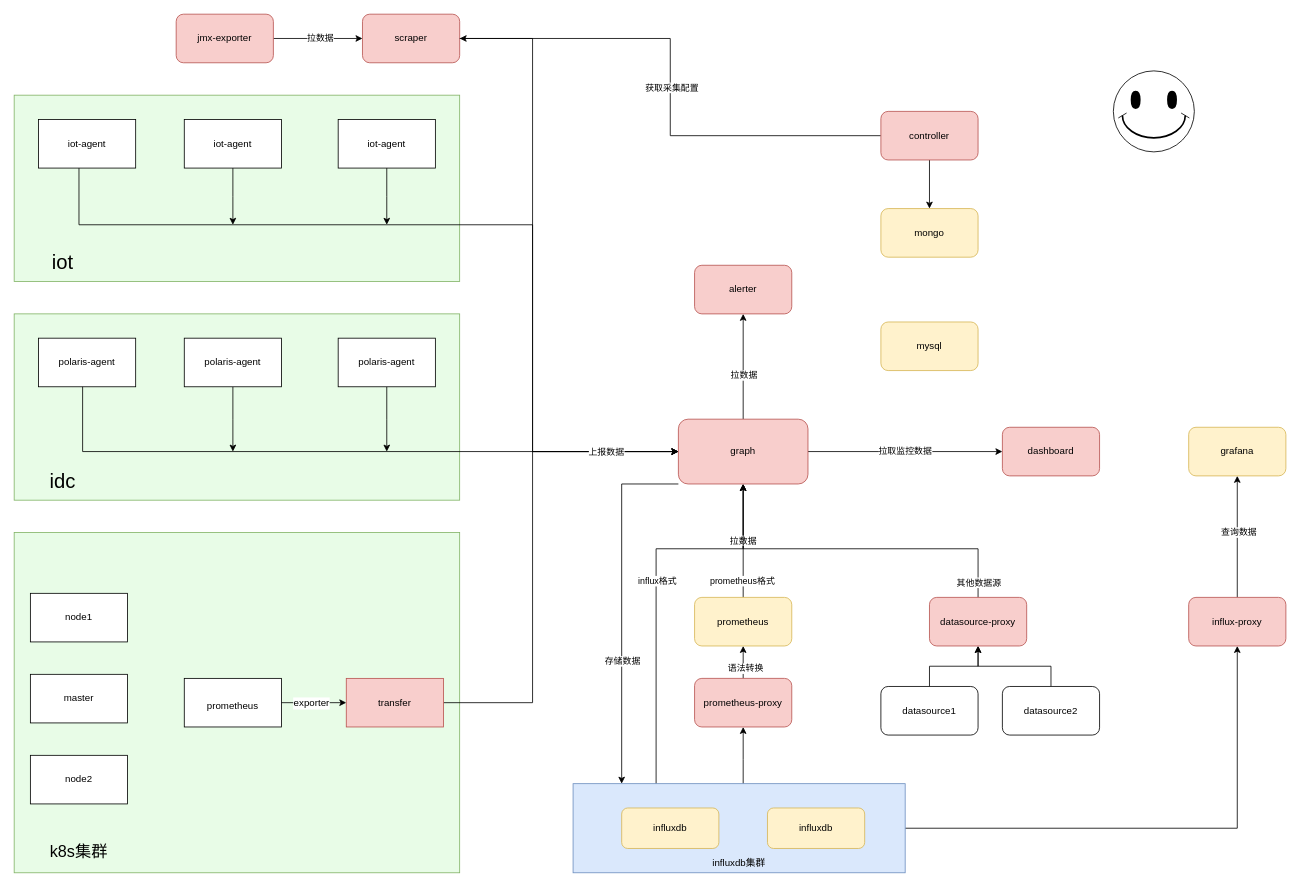
Earlier version of the draw.io diagram polaris框架.drawio (wupei-w/diagrams). Source tidied: cells renumbered, new cells numbered last; positions are measured from the earlier drawing's top-left corner, leaving out a move shared by most shapes. Both pictures are drawn from the tidied source at 81%, with x=0, y=0 at pixel (14, 14).
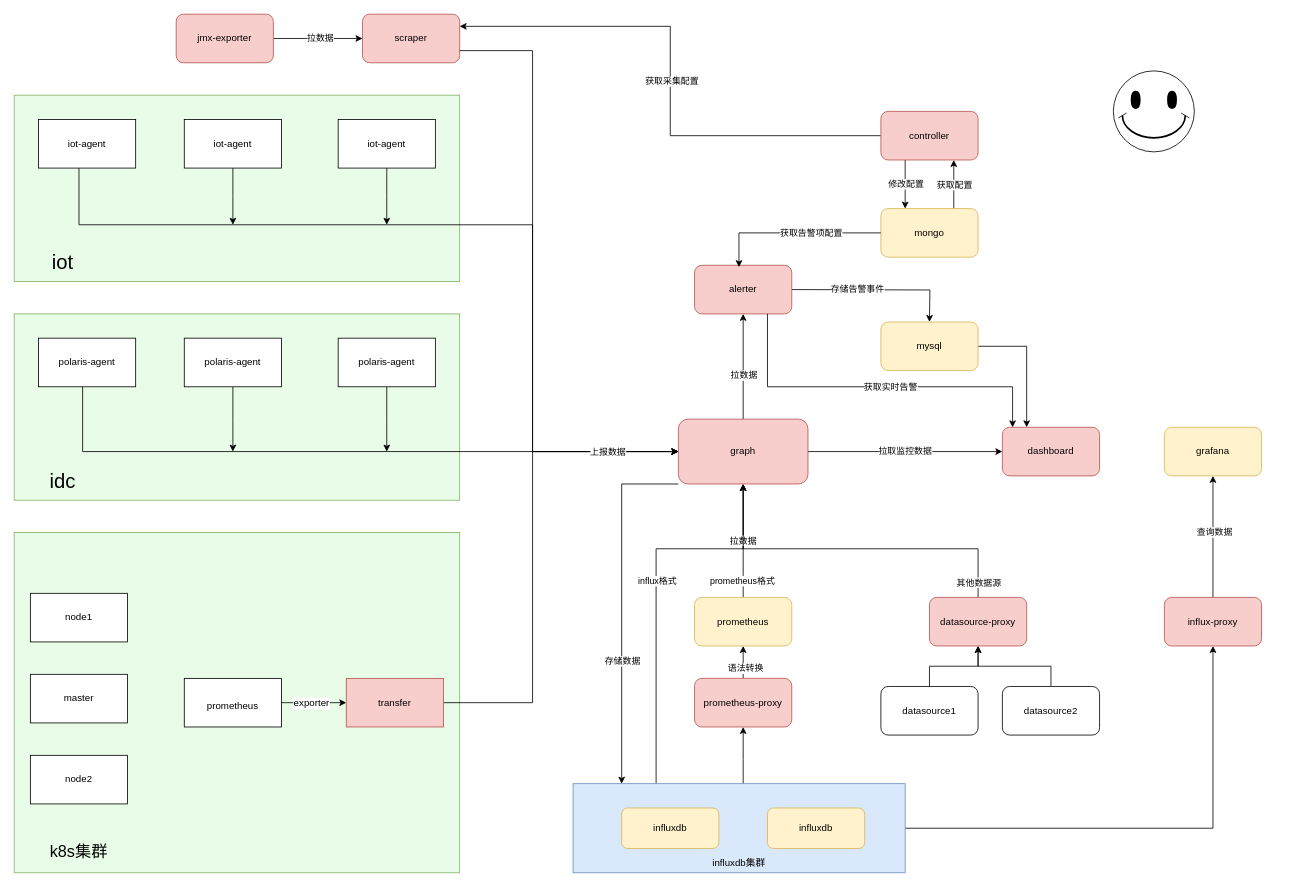
Above is the later version.

Unchanged cells that the change refers to:
```xml
<mxCell id="7" value="dashboard" style="rounded=1;whiteSpace=wrap;html=1;fillColor=#f8cecc;strokeColor=#b85450;" parent="1" vertex="1">
  <mxGeometry x="1220" y="510" width="120" height="60" as="geometry" />
</mxCell>
<mxCell id="15" value="alerter" style="rounded=1;whiteSpace=wrap;html=1;fillColor=#f8cecc;strokeColor=#b85450;" parent="1" vertex="1">
  <mxGeometry x="840" y="310" width="120" height="60" as="geometry" />
</mxCell>
<mxCell id="36" value="scraper" style="rounded=1;whiteSpace=wrap;html=1;fillColor=#f8cecc;strokeColor=#b85450;" parent="1" vertex="1">
  <mxGeometry x="430" width="120" height="60" as="geometry" />
</mxCell>
<mxCell id="50" value="mysql" style="rounded=1;whiteSpace=wrap;html=1;fillColor=#fff2cc;strokeColor=#d6b656;" parent="1" vertex="1">
  <mxGeometry x="1070" y="380" width="120" height="60" as="geometry" />
</mxCell>
<mxCell id="51" value="mongo" style="rounded=1;whiteSpace=wrap;html=1;fillColor=#fff2cc;strokeColor=#d6b656;" parent="1" vertex="1">
  <mxGeometry x="1070" y="240" width="120" height="60" as="geometry" />
</mxCell>
<mxCell id="74" value="controller" style="rounded=1;whiteSpace=wrap;html=1;fillColor=#f8cecc;strokeColor=#b85450;" parent="1" vertex="1">
  <mxGeometry x="1070" y="120" width="120" height="60" as="geometry" />
</mxCell>
```

Diff of the diagram source:
```diff
@@
+    <mxCell id="75" style="edgeStyle=orthogonalEdgeStyle;rounded=0;orthogonalLoop=1;jettySize=auto;html=1;entryX=0.25;entryY=0;entryDx=0;entryDy=0;" parent="1" edge="1">
+      <mxGeometry relative="1" as="geometry">
+        <mxPoint x="960" y="340" as="sourcePoint" />
+        <mxPoint x="1130" y="380" as="targetPoint" />
+      </mxGeometry>
+    </mxCell>
+    <mxCell id="76" value="存储告警事件" style="edgeLabel;html=1;align=center;verticalAlign=middle;" parent="75" vertex="1">
+      <mxGeometry x="-0.24" y="1" relative="1" as="geometry" />
+    </mxCell>
@@
     <mxCell id="34" value="influx-proxy" style="rounded=1;whiteSpace=wrap;html=1;fillColor=#f8cecc;strokeColor=#b85450;" parent="1" vertex="1">
-      <mxGeometry x="1450" y="720" width="120" height="60" as="geometry" />
+      <mxGeometry x="1420" y="720" width="120" height="60" as="geometry" />
     </mxCell>
     <mxCell id="35" value="grafana" style="rounded=1;whiteSpace=wrap;html=1;fillColor=#fff2cc;strokeColor=#d6b656;" parent="1" vertex="1">
-      <mxGeometry x="1450" y="510" width="120" height="60" as="geometry" />
+      <mxGeometry x="1420" y="510" width="120" height="60" as="geometry" />
     </mxCell>
@@
+    <mxCell id="77" style="edgeStyle=orthogonalEdgeStyle;rounded=0;jettySize=auto;html=1;entryX=0.25;entryY=0;entryDx=0;entryDy=0;" parent="1" edge="1" source="50" target="7">
+      <mxGeometry relative="1" as="geometry" />
+    </mxCell>
@@
+    <mxCell id="78" style="edgeStyle=orthogonalEdgeStyle;rounded=0;jettySize=auto;html=1;" parent="1" edge="1" source="51" target="74">
+      <mxGeometry relative="1" as="geometry">
+        <Array as="points">
+          <mxPoint x="1160" y="200" />
+          <mxPoint x="1160" y="200" />
+        </Array>
+      </mxGeometry>
+    </mxCell>
+    <mxCell id="79" value="获取配置" style="edgeLabel;html=1;align=center;verticalAlign=middle;" parent="78" vertex="1">
+      <mxGeometry relative="1" as="geometry" />
+    </mxCell>
@@
-    <mxCell id="69" style="edgeStyle=orthogonalEdgeStyle;rounded=0;jettySize=auto;html=1;" parent="1" edge="1" source="36">
+    <mxCell id="69" style="edgeStyle=orthogonalEdgeStyle;rounded=0;jettySize=auto;html=1;exitX=1;exitY=0.75;exitDx=0;exitDy=0;" parent="1" edge="1" source="36">
       <mxGeometry relative="1" as="geometry">
         <mxPoint x="820" y="540" as="targetPoint" />
         <Array as="points">
-          <mxPoint x="640" y="30" />
+          <mxPoint x="640" y="45" />
           <mxPoint x="640" y="540" />
         </Array>
       </mxGeometry>
     </mxCell>
@@
-    <mxCell id="71" style="edgeStyle=orthogonalEdgeStyle;rounded=0;jettySize=auto;html=1;" parent="1" edge="1" source="74" target="51">
-      <mxGeometry relative="1" as="geometry" />
-    </mxCell>
-    <mxCell id="72" style="edgeStyle=orthogonalEdgeStyle;rounded=0;jettySize=auto;html=1;entryX=1;entryY=0.5;entryDx=0;entryDy=0;" parent="1" edge="1" source="74" target="36">
+    <mxCell id="72" style="edgeStyle=orthogonalEdgeStyle;rounded=0;jettySize=auto;html=1;entryX=1;entryY=0.25;entryDx=0;entryDy=0;" parent="1" edge="1" source="74" target="36">
       <mxGeometry relative="1" as="geometry" />
     </mxCell>
@@
+    <mxCell id="71" style="edgeStyle=orthogonalEdgeStyle;rounded=0;jettySize=auto;html=1;" parent="1" edge="1" source="74" target="51">
+      <mxGeometry relative="1" as="geometry">
+        <Array as="points">
+          <mxPoint x="1100" y="190" />
+          <mxPoint x="1100" y="190" />
+        </Array>
+      </mxGeometry>
+    </mxCell>
+    <mxCell id="80" value="修改配置" style="edgeLabel;html=1;align=center;verticalAlign=middle;" parent="71" vertex="1">
+      <mxGeometry x="-0.02" relative="1" as="geometry" />
+    </mxCell>
@@
+    <mxCell id="81" style="edgeStyle=orthogonalEdgeStyle;rounded=0;jettySize=auto;html=1;entryX=0.457;entryY=0.038;entryDx=0;entryDy=0;entryPerimeter=0;" parent="1" edge="1" source="51" target="15">
+      <mxGeometry relative="1" as="geometry" />
+    </mxCell>
+    <mxCell id="82" value="获取告警项配置" style="edgeLabel;html=1;align=center;verticalAlign=middle;" parent="81" vertex="1">
+      <mxGeometry x="-0.2" y="-1" relative="1" as="geometry" />
+    </mxCell>
+    <mxCell id="83" style="edgeStyle=orthogonalEdgeStyle;rounded=0;jettySize=auto;html=1;entryX=0.105;entryY=0.002;entryDx=0;entryDy=0;entryPerimeter=0;" parent="1" edge="1" source="15" target="7">
+      <mxGeometry relative="1" as="geometry">
+        <Array as="points">
+          <mxPoint x="930" y="460" />
+          <mxPoint x="1233" y="460" />
+        </Array>
+      </mxGeometry>
+    </mxCell>
+    <mxCell id="84" value="获取实时告警" style="edgeLabel;html=1;align=center;verticalAlign=middle;" parent="83" vertex="1">
+      <mxGeometry x="0.09" relative="1" as="geometry" />
+    </mxCell>
```
